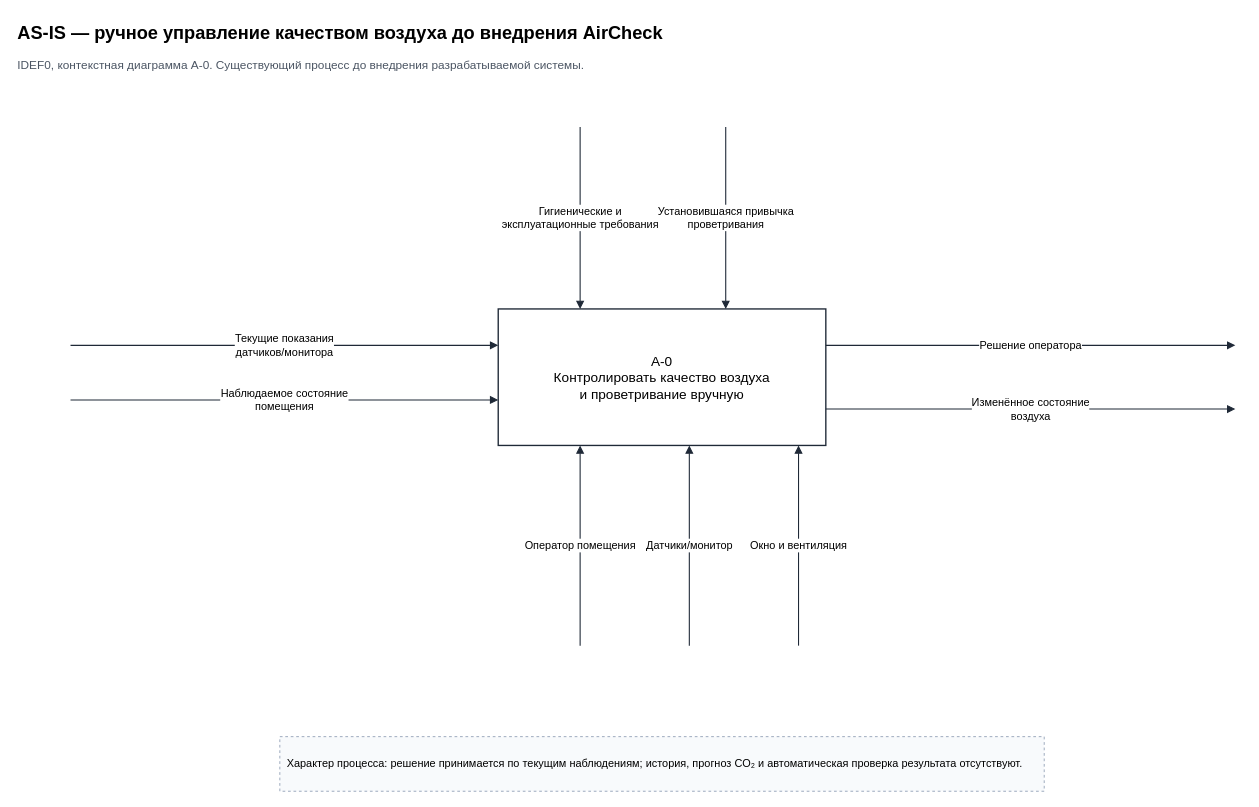
Garun-mp4/air_check_system keeps this draw.io diagram as page "A-0 Контекст" (1 of 2) of docs/diagrams/as-is.drawio. Above is the earlier version. Source tidied: cells renumbered, new cells numbered last; positions are measured from the earlier drawing's top-left corner, leaving out a move shared by most shapes. Both pictures are drawn from the tidied source at 91%, with x=0, y=0 at pixel (15, 15).
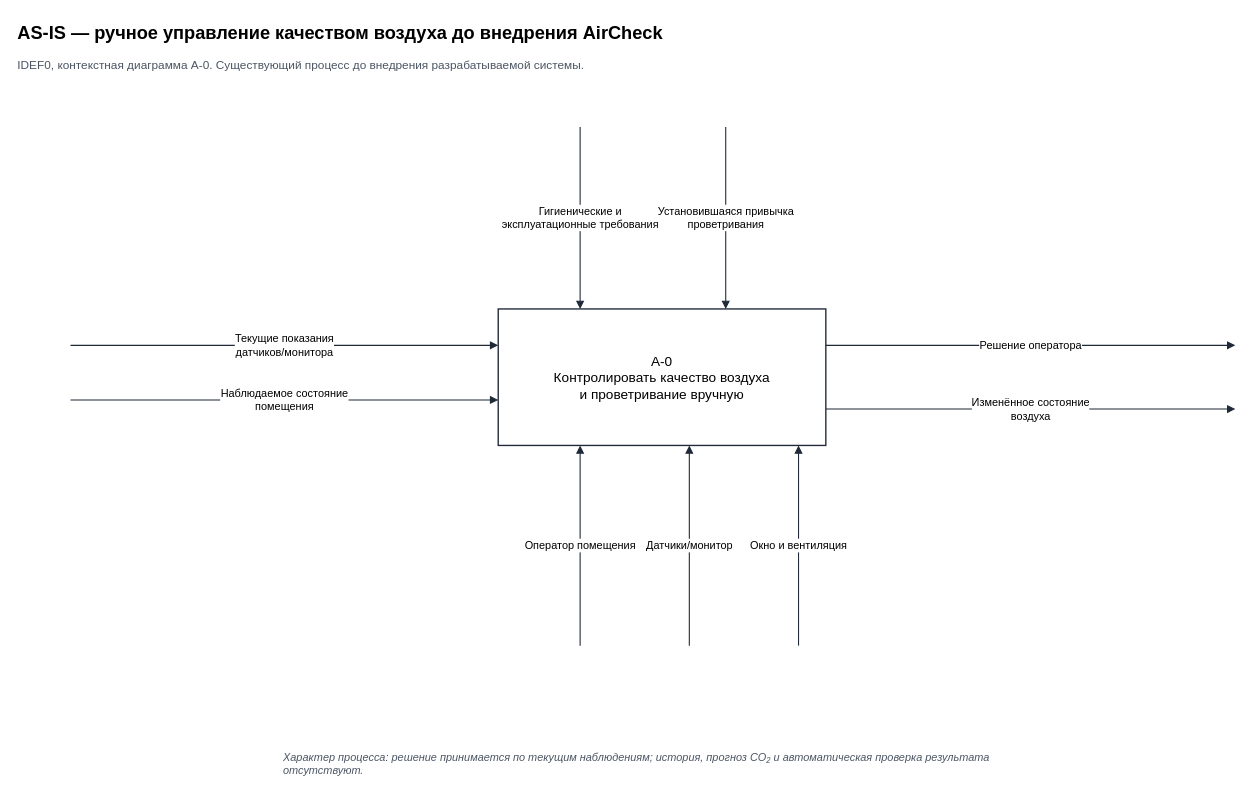
After the change.

The edit, as a diff of the source:
```diff
@@
-    <mxCell id="14" value="Характер процесса: решение принимается по текущим наблюдениям; история, прогноз CO₂ и автоматическая проверка результата отсутствуют." style="rounded=0;whiteSpace=wrap;html=1;fillColor=#f8fafc;strokeColor=#94a3b8;dashed=1;align=left;verticalAlign=middle;fontSize=12;spacing=8;" parent="1" vertex="1">
+    <mxCell id="14" value="Характер процесса: решение принимается по текущим наблюдениям; история, прогноз CO₂ и автоматическая проверка результата отсутствуют." style="text;html=1;align=left;verticalAlign=middle;fontSize=12;fontStyle=2;fontColor=#4b5563;whiteSpace=wrap;spacing=4;" parent="1" vertex="1">
       <mxGeometry x="290" y="792" width="840" height="60" as="geometry" />
     </mxCell>
```
